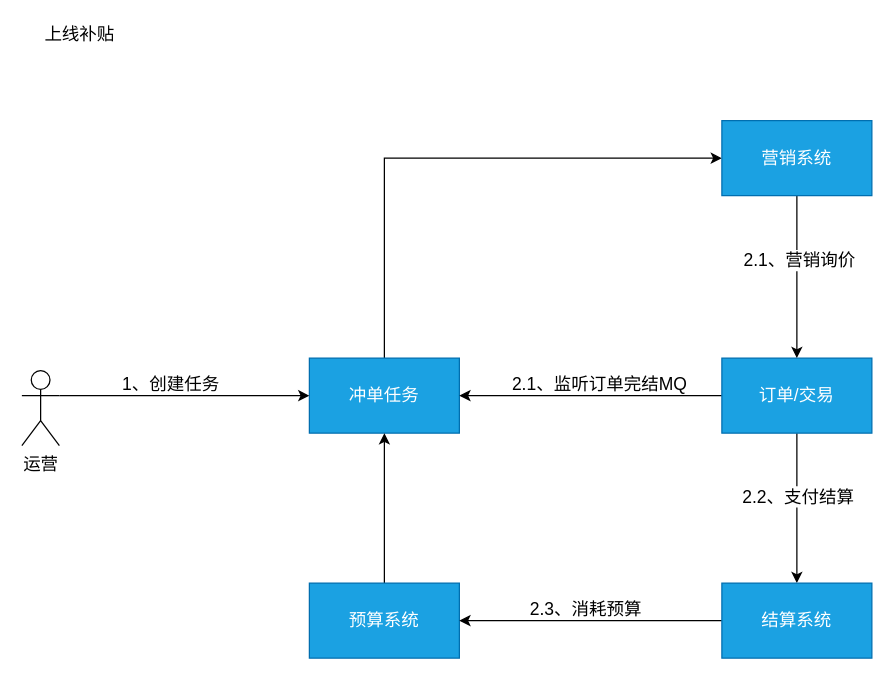
Before: page "冲单满减补贴任务流程" (4 of 7) of 商户任务.drawio in jon-kong/draw.io, a draw.io diagram. Source tidied: cells renumbered, new cells numbered last; positions are measured from the earlier drawing's top-left corner, leaving out a move shared by most shapes. Both pictures are drawn from the tidied source at 125%, with x=0, y=0 at pixel (21, 21).
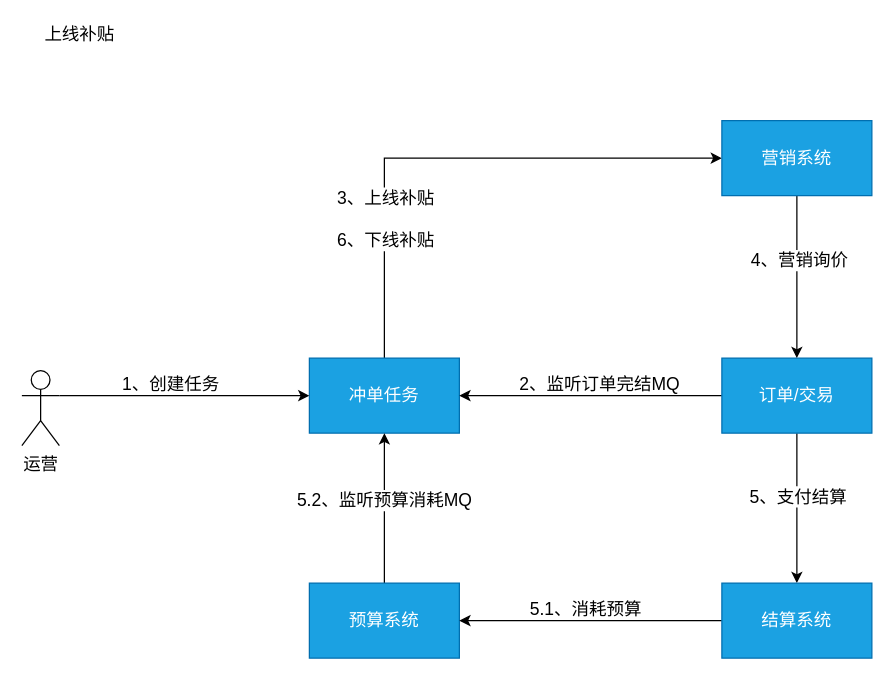
The same diagram, later.

Unchanged cells that the change refers to:
```xml
<mxCell id="2" style="edgeStyle=orthogonalEdgeStyle;rounded=0;jettySize=auto;html=1;exitX=0.5;exitY=0;exitDx=0;exitDy=0;entryX=0;entryY=0.5;entryDx=0;entryDy=0;fontSize=14;" parent="1" edge="1" source="3" target="16">
  <mxGeometry relative="1" as="geometry" />
</mxCell>
<mxCell id="4" style="edgeStyle=orthogonalEdgeStyle;rounded=0;jettySize=auto;html=1;exitX=0;exitY=0.5;exitDx=0;exitDy=0;entryX=1;entryY=0.5;entryDx=0;entryDy=0;fontSize=14;" parent="1" edge="1" source="8" target="3">
  <mxGeometry relative="1" as="geometry" />
</mxCell>
<mxCell id="6" style="edgeStyle=orthogonalEdgeStyle;rounded=0;jettySize=auto;html=1;exitX=0.5;exitY=1;exitDx=0;exitDy=0;fontSize=14;" parent="1" edge="1" source="8" target="19">
  <mxGeometry relative="1" as="geometry" />
</mxCell>
<mxCell id="11" style="edgeStyle=orthogonalEdgeStyle;rounded=0;jettySize=auto;html=1;exitX=0.5;exitY=0;exitDx=0;exitDy=0;entryX=0.5;entryY=1;entryDx=0;entryDy=0;fontSize=14;" parent="1" edge="1" source="12" target="3">
  <mxGeometry relative="1" as="geometry" />
</mxCell>
<mxCell id="14" style="edgeStyle=orthogonalEdgeStyle;rounded=0;jettySize=auto;html=1;exitX=0.5;exitY=1;exitDx=0;exitDy=0;entryX=0.5;entryY=0;entryDx=0;entryDy=0;fontSize=14;" parent="1" edge="1" source="16" target="8">
  <mxGeometry relative="1" as="geometry" />
</mxCell>
<mxCell id="17" style="edgeStyle=orthogonalEdgeStyle;rounded=0;jettySize=auto;html=1;exitX=0;exitY=0.5;exitDx=0;exitDy=0;entryX=1;entryY=0.5;entryDx=0;entryDy=0;fontSize=14;" parent="1" edge="1" source="19" target="12">
  <mxGeometry relative="1" as="geometry" />
</mxCell>
```

What changed in the source:
```diff
@@
+    <mxCell id="21" value="3、上线补贴&lt;br&gt;&lt;br&gt;6、下线补贴" style="edgeLabel;html=1;align=center;verticalAlign=middle;fontSize=14;fontColor=#000000;" parent="2" vertex="1">
+      <mxGeometry x="-0.48" relative="1" as="geometry" />
+    </mxCell>
@@
-    <mxCell id="5" value="2.1、监听订单完结MQ" style="edgeLabel;html=1;align=center;verticalAlign=middle;fontSize=14;" parent="4" vertex="1">
+    <mxCell id="5" value="2、监听订单完结MQ" style="edgeLabel;html=1;align=center;verticalAlign=middle;fontSize=14;" parent="4" vertex="1">
       <mxGeometry x="-0.02" y="1" relative="1" as="geometry">
         <mxPoint x="4" y="-11" as="offset" />
       </mxGeometry>
     </mxCell>
@@
-    <mxCell id="7" value="2.2、支付结算" style="edgeLabel;html=1;align=center;verticalAlign=middle;fontSize=14;" parent="6" vertex="1">
+    <mxCell id="7" value="5、支付结算" style="edgeLabel;html=1;align=center;verticalAlign=middle;fontSize=14;" parent="6" vertex="1">
       <mxGeometry x="-0.17" relative="1" as="geometry" />
     </mxCell>
@@
+    <mxCell id="22" value="5.2、监听预算消耗MQ" style="edgeLabel;html=1;align=center;verticalAlign=middle;fontSize=14;fontColor=#000000;" parent="11" vertex="1">
+      <mxGeometry x="0.12" y="1" relative="1" as="geometry" />
+    </mxCell>
@@
-    <mxCell id="15" value="2.1、营销询价" style="edgeLabel;html=1;align=center;verticalAlign=middle;fontSize=14;" parent="14" vertex="1">
+    <mxCell id="15" value="4、营销询价" style="edgeLabel;html=1;align=center;verticalAlign=middle;fontSize=14;" parent="14" vertex="1">
       <mxGeometry x="-0.22" y="1" relative="1" as="geometry" />
     </mxCell>
@@
-    <mxCell id="18" value="2.3、消耗预算" style="edgeLabel;html=1;align=center;verticalAlign=middle;fontSize=14;" parent="17" vertex="1">
+    <mxCell id="18" value="5.1、消耗预算" style="edgeLabel;html=1;align=center;verticalAlign=middle;fontSize=14;" parent="17" vertex="1">
       <mxGeometry x="0.13" y="-2" relative="1" as="geometry">
         <mxPoint x="9" y="-8" as="offset" />
       </mxGeometry>
     </mxCell>
```
